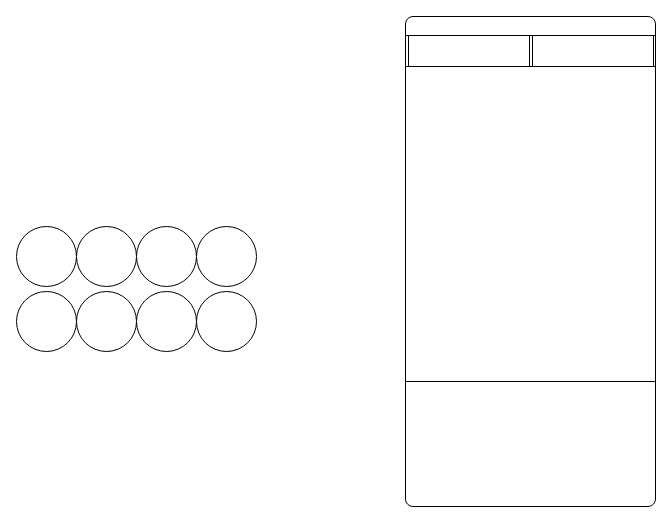
Earlier version of the draw.io diagram page "Room Music View" (2 of 2) of Music Flow.drawio (CorpDK/Drawing). Source tidied: cells renumbered, new cells numbered last; positions are measured from the earlier drawing's top-left corner, leaving out a move shared by most shapes. Both pictures are drawn from the tidied source at 100%, with x=0, y=0 at pixel (16, 16). Pictures stored in the file or linked from it are replaced by grey dashed boxes.
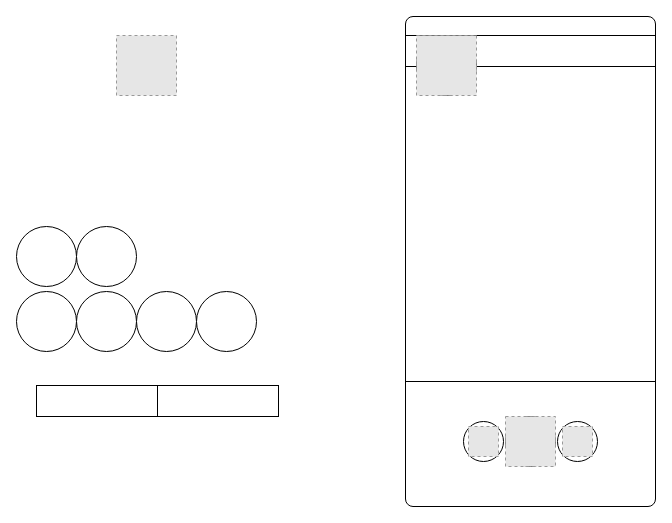
Above is the later version.

The edit, as a diff of the source:
```diff
@@
     <mxCell id="5" style="rounded=0;whiteSpace=wrap;html=1;" parent="1" vertex="1">
-      <mxGeometry x="392" y="19" width="121" height="31" as="geometry" />
+      <mxGeometry x="20" y="369" width="121" height="31" as="geometry" />
     </mxCell>
     <mxCell id="6" style="rounded=0;whiteSpace=wrap;html=1;" parent="1" vertex="1">
-      <mxGeometry x="516" y="19" width="121" height="31" as="geometry" />
+      <mxGeometry x="141" y="369" width="121" height="31" as="geometry" />
     </mxCell>
@@
     <mxCell id="10" style="whiteSpace=wrap;html=1;rounded=1;arcSize=50;" parent="1" vertex="1">
-      <mxGeometry x="120" y="210" width="60" height="60" as="geometry" />
+      <mxGeometry x="541" y="405" width="40" height="40" as="geometry" />
     </mxCell>
     <mxCell id="11" style="whiteSpace=wrap;html=1;rounded=1;arcSize=50;" parent="1" vertex="1">
-      <mxGeometry x="180" y="210" width="60" height="60" as="geometry" />
+      <mxGeometry x="400" y="19" width="60" height="60" as="geometry" />
     </mxCell>
@@
+    <mxCell id="16" style="whiteSpace=wrap;html=1;rounded=1;arcSize=50;" parent="1" vertex="1">
+      <mxGeometry x="489" y="400" width="50" height="50" as="geometry" />
+    </mxCell>
+    <mxCell id="17" style="whiteSpace=wrap;html=1;rounded=1;arcSize=50;" parent="1" vertex="1">
+      <mxGeometry x="447" y="405" width="40" height="40" as="geometry" />
+    </mxCell>
+    <mxCell id="18" style="fillColor=#E6E6E6;strokeColor=#999999;dashed=1;html=1;verticalAlign=top;verticalLabelPosition=bottom;labelBackgroundColor=#ffffff;" parent="1" vertex="1">
+      <mxGeometry x="489" y="400" width="50" height="50" as="geometry" />
+    </mxCell>
+    <mxCell id="19" style="fillColor=#E6E6E6;strokeColor=#999999;dashed=1;html=1;verticalAlign=top;verticalLabelPosition=bottom;labelBackgroundColor=#ffffff;" parent="1" vertex="1">
+      <mxGeometry x="452" y="410" width="30" height="30" as="geometry" />
+    </mxCell>
+    <mxCell id="20" style="fillColor=#E6E6E6;strokeColor=#999999;dashed=1;html=1;verticalAlign=top;verticalLabelPosition=bottom;labelBackgroundColor=#ffffff;" parent="1" vertex="1">
+      <mxGeometry x="546" y="410" width="30" height="30" as="geometry" />
+    </mxCell>
+    <mxCell id="21" style="fillColor=#E6E6E6;strokeColor=#999999;dashed=1;html=1;verticalAlign=top;verticalLabelPosition=bottom;labelBackgroundColor=#ffffff;" parent="1" vertex="1">
+      <mxGeometry x="400" y="19" width="60" height="60" as="geometry" />
+    </mxCell>
+    <mxCell id="22" style="fillColor=#E6E6E6;strokeColor=#999999;dashed=1;html=1;verticalAlign=top;verticalLabelPosition=bottom;labelBackgroundColor=#ffffff;" parent="1" vertex="1">
+      <mxGeometry x="100" y="19" width="60" height="60" as="geometry" />
+    </mxCell>
```
